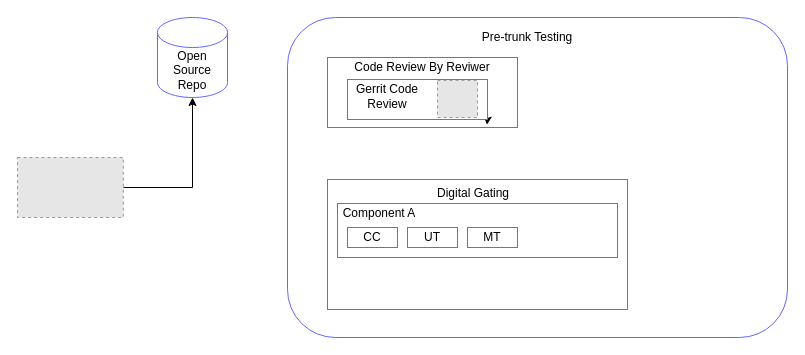
Before: Untitled Diagram.drawio in maninokia/log, a draw.io diagram. Source tidied: cells renumbered, new cells numbered last; positions are measured from the earlier drawing's top-left corner, leaving out a move shared by most shapes. Both pictures are drawn from the tidied source at 100%, with x=0, y=0 at pixel (17, 17). Pictures stored in the file or linked from it are replaced by grey dashed boxes.
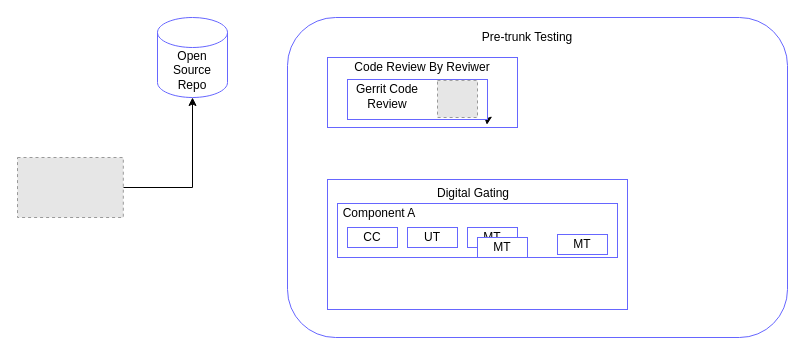
The same diagram, later.

What changed in the source:
```diff
@@
+    <mxCell id="20" value="MT" style="rounded=0;whiteSpace=wrap;html=1;strokeColor=#6666FF;" parent="1" vertex="1">
+      <mxGeometry x="460" y="220" width="50" height="20" as="geometry" />
+    </mxCell>
+    <mxCell id="21" value="MT" style="rounded=0;whiteSpace=wrap;html=1;strokeColor=#6666FF;" parent="1" vertex="1">
+      <mxGeometry x="540" y="217" width="50" height="20" as="geometry" />
+    </mxCell>
```
